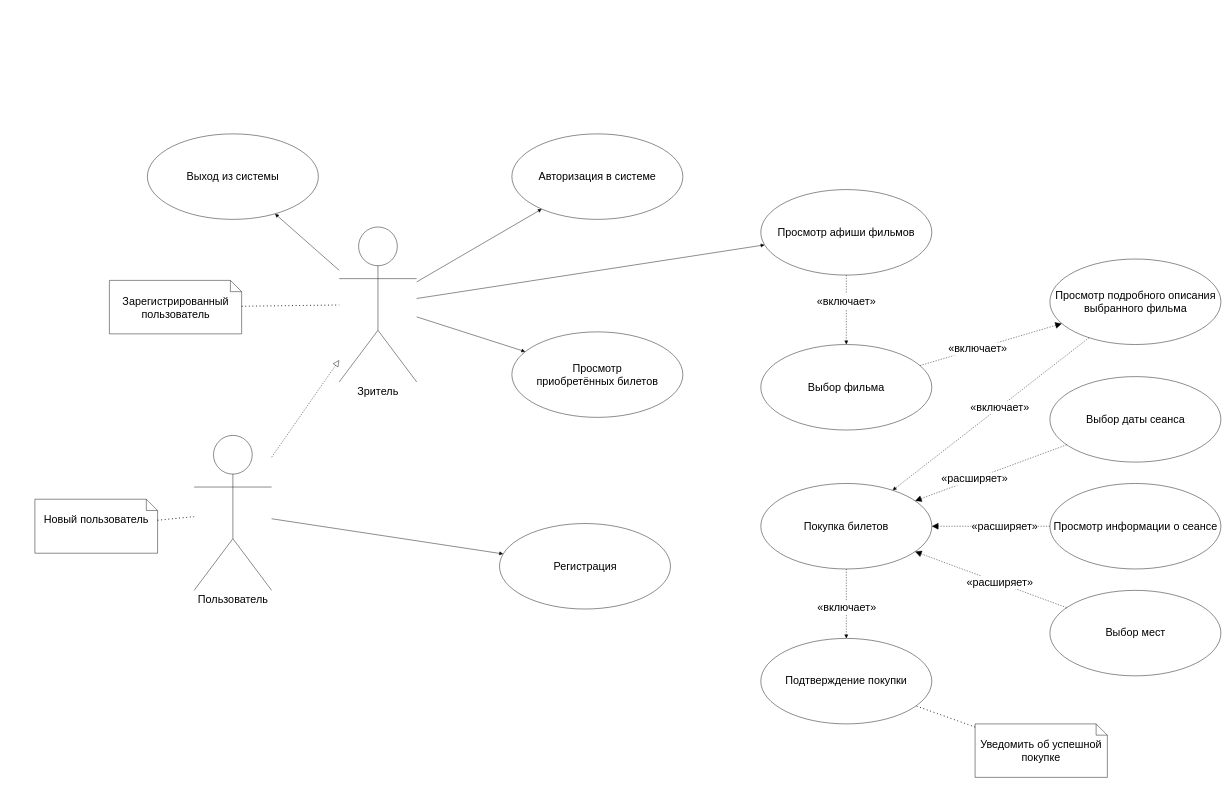
Before: images and schemes/UML use case diagram.drawio in xreyaf/cinema-app, a draw.io diagram. Source tidied: cells renumbered, new cells numbered last; positions are measured from the earlier drawing's top-left corner, leaving out a move shared by most shapes. Both pictures are drawn from the tidied source at 45%, with x=0, y=0 at pixel (8, 8).
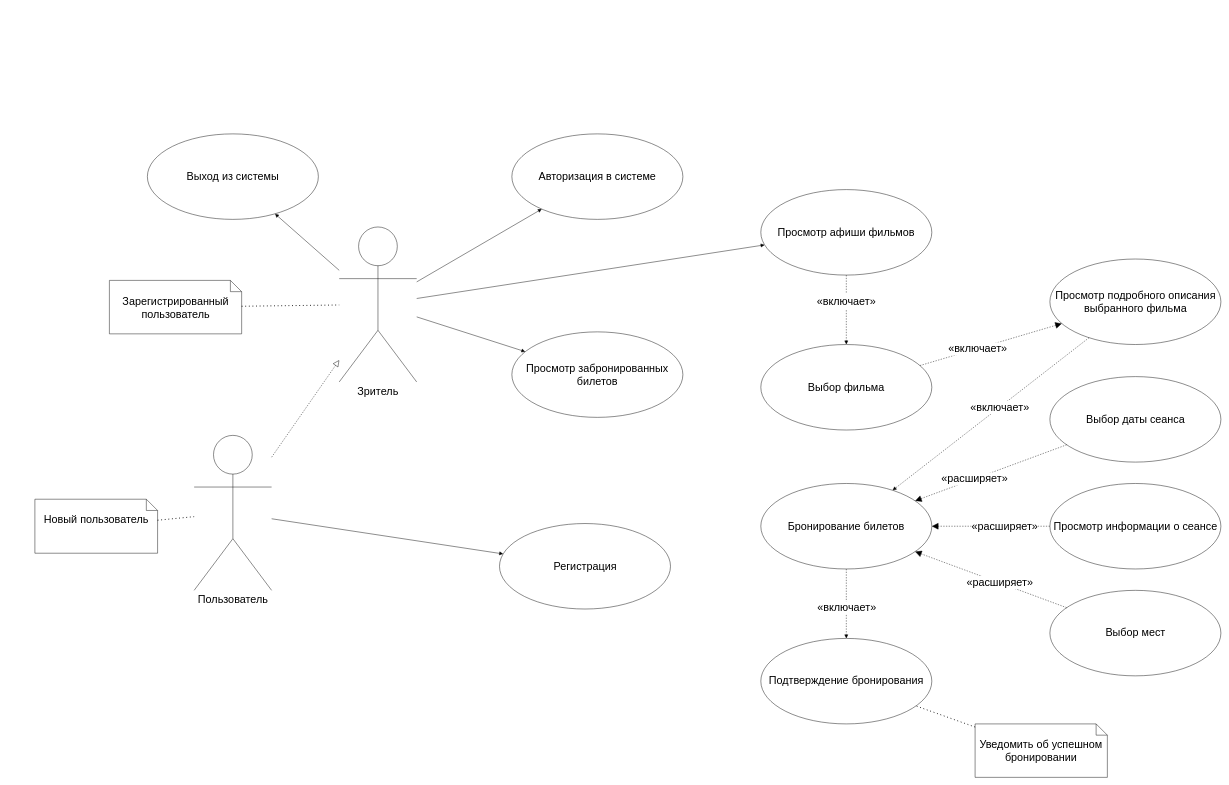
Above is the later version.

The change refers to these unchanged cells:
```xml
<mxCell id="2" style="group;" parent="1" vertex="1">
  <mxGeometry width="2695.6" height="1710" as="geometry" />
</mxCell>
```

The edit, as a diff of the source:
```diff
@@
-    <mxCell id="8" value="&lt;span style=&quot;font-size: 24px&quot;&gt;Покупка билетов&lt;/span&gt;" style="ellipse;whiteSpace=wrap;html=1;" parent="2" vertex="1">
+    <mxCell id="8" value="&lt;span style=&quot;font-size: 24px&quot;&gt;Бронирование билетов&lt;/span&gt;" style="ellipse;whiteSpace=wrap;html=1;" parent="2" vertex="1">
       <mxGeometry x="1673.2" y="1056.9" width="380" height="190" as="geometry" />
     </mxCell>
-    <mxCell id="9" value="&lt;span style=&quot;font-size: 24px&quot;&gt;Просмотр приобретённых&amp;nbsp;билетов&lt;/span&gt;" style="ellipse;whiteSpace=wrap;html=1;" parent="2" vertex="1">
+    <mxCell id="9" value="&lt;span style=&quot;font-size: 24px&quot;&gt;Просмотр забронированных билетов&lt;/span&gt;" style="ellipse;whiteSpace=wrap;html=1;" parent="2" vertex="1">
       <mxGeometry x="1120" y="720" width="380" height="190" as="geometry" />
     </mxCell>
@@
-    <mxCell id="34" value="&lt;span style=&quot;font-size: 24px&quot;&gt;Уведомить об успешной покупке&lt;/span&gt;" style="shape=note2;boundedLbl=1;whiteSpace=wrap;html=1;size=25;verticalAlign=top;align=center;" parent="2" vertex="1">
+    <mxCell id="34" value="&lt;span style=&quot;font-size: 24px&quot;&gt;Уведомить об успешном бронировании&lt;/span&gt;" style="shape=note2;boundedLbl=1;whiteSpace=wrap;html=1;size=25;verticalAlign=top;align=center;" parent="2" vertex="1">
       <mxGeometry x="2149.4" y="1591.2" width="293.9" height="118.8" as="geometry" />
     </mxCell>
@@
-    <mxCell id="36" value="&lt;font style=&quot;font-size: 24px&quot;&gt;Подтверждение покупки&lt;/font&gt;" style="ellipse;whiteSpace=wrap;html=1;" parent="2" vertex="1">
+    <mxCell id="36" value="&lt;font style=&quot;font-size: 24px&quot;&gt;Подтверждение бронирования&lt;/font&gt;" style="ellipse;whiteSpace=wrap;html=1;" parent="2" vertex="1">
       <mxGeometry x="1673.2" y="1401.2" width="380" height="190" as="geometry" />
     </mxCell>
```
